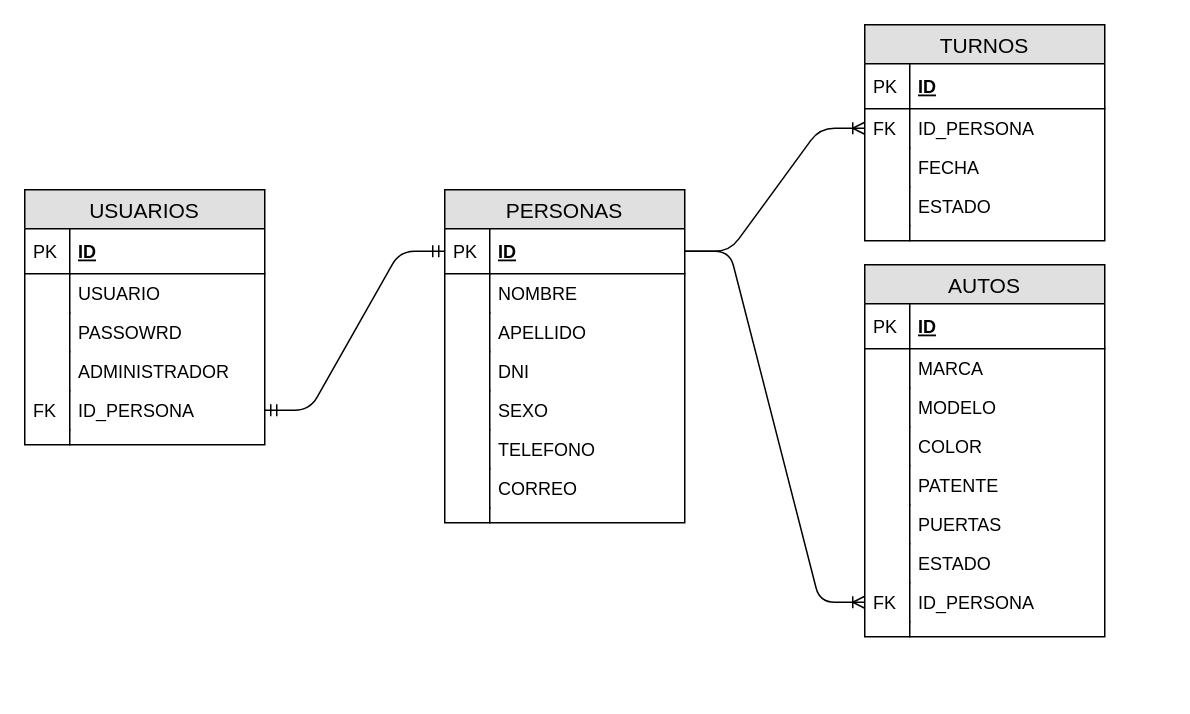
Before: Modelo.drawio in menendezg/IFTS12-Liendro-Website, a draw.io diagram. Source tidied: cells renumbered, new cells numbered last; positions are measured from the earlier drawing's top-left corner, leaving out a move shared by most shapes. Both pictures are drawn from the tidied source at 150%, with x=0, y=0 at pixel (24, 24).
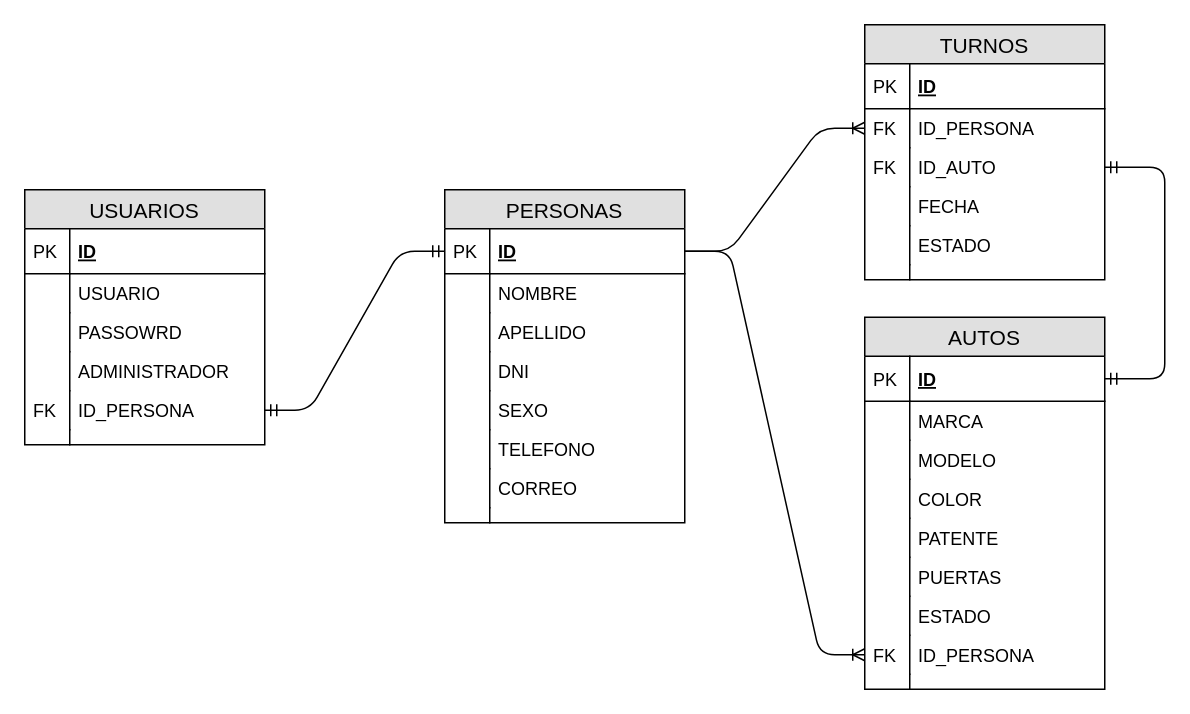
The same diagram, later.

Commit message (it also covers changes not shown here):
Improove Model, add relation between turns and cars

The change refers to these unchanged cells:
```xml
<mxCell id="34" value="ID" style="shape=partialRectangle;top=0;left=0;right=0;bottom=1;align=left;verticalAlign=middle;fillColor=none;spacingLeft=34;spacingRight=4;overflow=hidden;points=[[0,0.5],[1,0.5]];portConstraint=eastwest;fontStyle=5;fontSize=12;" parent="33" vertex="1">
  <mxGeometry y="26" width="160" height="30" as="geometry" />
</mxCell>
```

Diff of the diagram source:
```diff
@@
     <mxCell id="33" value="AUTOS" style="swimlane;fontStyle=0;horizontal=1;startSize=26;fillColor=#e0e0e0;swimlaneFillColor=#ffffff;align=center;fontSize=14;" parent="1" vertex="1">
-      <mxGeometry x="560" y="160" width="160" height="248" as="geometry" />
+      <mxGeometry x="560" y="195" width="160" height="248" as="geometry" />
     </mxCell>
@@
     <mxCell id="52" value="TURNOS" style="swimlane;fontStyle=0;horizontal=1;startSize=26;fillColor=#e0e0e0;swimlaneFillColor=#ffffff;align=center;fontSize=14;" parent="1" vertex="1">
-      <mxGeometry x="560" width="160" height="144" as="geometry" />
+      <mxGeometry x="560" width="160" height="170" as="geometry" />
     </mxCell>
@@
+    <mxCell id="65" value="ID_AUTO" style="shape=partialRectangle;top=0;left=0;right=0;bottom=0;align=left;verticalAlign=top;fillColor=none;spacingLeft=34;spacingRight=4;overflow=hidden;points=[[0,0.5],[1,0.5]];portConstraint=eastwest;fontSize=12;" parent="52" vertex="1">
+      <mxGeometry y="82" width="160" height="26" as="geometry" />
+    </mxCell>
+    <mxCell id="66" value="FK" style="shape=partialRectangle;top=0;left=0;bottom=0;fillColor=none;align=left;verticalAlign=top;spacingLeft=4;spacingRight=4;overflow=hidden;fontSize=12;" parent="65" vertex="1">
+      <mxGeometry width="30" height="26" as="geometry" />
+    </mxCell>
     <mxCell id="57" value="FECHA" style="shape=partialRectangle;top=0;left=0;right=0;bottom=0;align=left;verticalAlign=top;fillColor=none;spacingLeft=34;spacingRight=4;overflow=hidden;fontSize=12;" parent="52" vertex="1">
-      <mxGeometry y="82" width="160" height="26" as="geometry" />
+      <mxGeometry y="108" width="160" height="26" as="geometry" />
     </mxCell>
@@
     <mxCell id="59" value="ESTADO" style="shape=partialRectangle;top=0;left=0;right=0;bottom=0;align=left;verticalAlign=top;fillColor=none;spacingLeft=34;spacingRight=4;overflow=hidden;fontSize=12;" parent="52" vertex="1">
-      <mxGeometry y="108" width="160" height="26" as="geometry" />
+      <mxGeometry y="134" width="160" height="26" as="geometry" />
     </mxCell>
@@
     <mxCell id="61" style="shape=partialRectangle;top=0;left=0;right=0;bottom=0;align=left;verticalAlign=top;fillColor=none;spacingLeft=34;spacingRight=4;overflow=hidden;fontSize=12;" parent="52" vertex="1">
-      <mxGeometry y="134" width="160" height="10" as="geometry" />
+      <mxGeometry y="160" width="160" height="10" as="geometry" />
     </mxCell>
@@
+    <mxCell id="67" style="edgeStyle=orthogonalEdgeStyle;fontSize=12;html=1;endArrow=ERmandOne;startArrow=ERmandOne;exitX=1;exitY=0.5;exitDx=0;exitDy=0;rounded=1;strokeColor=#000000;jumpStyle=none;entryX=1;entryY=0.5;entryDx=0;entryDy=0;" parent="1" edge="1" source="34" target="65">
+      <mxGeometry relative="1" as="geometry">
+        <Array as="points">
+          <mxPoint x="760" y="236" />
+          <mxPoint x="760" y="95" />
+        </Array>
+      </mxGeometry>
+    </mxCell>
```
